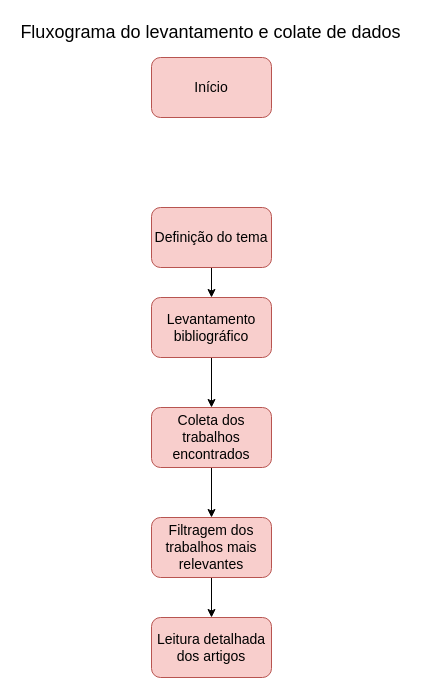
carolalvernaz/ti3 keeps this draw.io diagram as metodologia.drawio. Above is the earlier version. Source tidied: cells renumbered, new cells numbered last; positions are measured from the earlier drawing's top-left corner, leaving out a move shared by most shapes. Both pictures are drawn from the tidied source at 100%, with x=0, y=0 at pixel (17, 17).
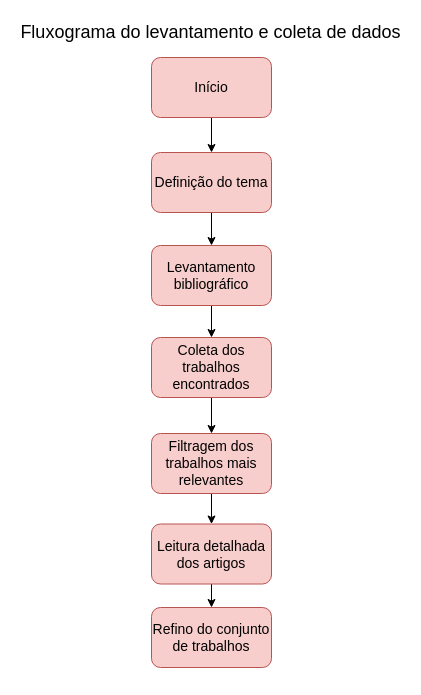
Above is the later version.

Diff of the diagram source:
```diff
@@
 <mxGraphModel>
   <root>
     <mxCell id="0" />
     <mxCell id="1" parent="0" />
     <mxCell id="2" style="edgeStyle=orthogonalEdgeStyle;rounded=0;jettySize=auto;html=1;" parent="1" edge="1" source="3" target="5">
       <mxGeometry relative="1" as="geometry" />
     </mxCell>
     <mxCell id="3" value="&lt;font style=&quot;font-size: 14px;&quot;&gt;Levantamento bibliográfico&lt;/font&gt;" style="rounded=1;whiteSpace=wrap;html=1;fillColor=#f8cecc;strokeColor=#b85450;" parent="1" vertex="1">
-      <mxGeometry x="134" y="280" width="120" height="60" as="geometry" />
+      <mxGeometry x="134" y="228" width="120" height="60" as="geometry" />
     </mxCell>
     <mxCell id="4" style="edgeStyle=orthogonalEdgeStyle;rounded=0;jettySize=auto;html=1;" parent="1" edge="1" source="5" target="7">
       <mxGeometry relative="1" as="geometry" />
     </mxCell>
     <mxCell id="5" value="&lt;font style=&quot;font-size: 14px;&quot;&gt;Coleta dos trabalhos encontrados&lt;/font&gt;" style="rounded=1;whiteSpace=wrap;html=1;fillColor=#f8cecc;strokeColor=#b85450;" parent="1" vertex="1">
-      <mxGeometry x="134" y="390" width="120" height="60" as="geometry" />
+      <mxGeometry x="134" y="320" width="120" height="60" as="geometry" />
     </mxCell>
     <mxCell id="6" style="edgeStyle=orthogonalEdgeStyle;rounded=0;jettySize=auto;html=1;" parent="1" edge="1" source="7" target="8">
       <mxGeometry relative="1" as="geometry" />
     </mxCell>
     <mxCell id="7" value="&lt;font style=&quot;font-size: 14px;&quot;&gt;Filtragem dos trabalhos mais relevantes&lt;/font&gt;" style="rounded=1;whiteSpace=wrap;html=1;fillColor=#f8cecc;strokeColor=#b85450;" parent="1" vertex="1">
-      <mxGeometry x="134" y="500" width="120" height="60" as="geometry" />
+      <mxGeometry x="134" y="416" width="120" height="60" as="geometry" />
     </mxCell>
+    <mxCell id="13" style="edgeStyle=orthogonalEdgeStyle;rounded=0;jettySize=auto;html=1;" parent="1" edge="1" source="8" target="15">
+      <mxGeometry relative="1" as="geometry" />
+    </mxCell>
     <mxCell id="8" value="&lt;span style=&quot;font-size: 14px;&quot;&gt;Leitura detalhada dos artigos&lt;/span&gt;" style="rounded=1;whiteSpace=wrap;html=1;fillColor=#f8cecc;strokeColor=#b85450;" parent="1" vertex="1">
-      <mxGeometry x="134" y="600" width="120" height="60" as="geometry" />
+      <mxGeometry x="134" y="506.5" width="120" height="60" as="geometry" />
     </mxCell>
-    <mxCell id="9" value="&lt;font style=&quot;font-size: 18px;&quot;&gt;Fluxograma do levantamento e colate de dados&lt;/font&gt;" style="text;html=1;align=center;verticalAlign=middle;whiteSpace=wrap;rounded=0;" parent="1" vertex="1">
+    <mxCell id="9" value="&lt;font style=&quot;font-size: 18px;&quot;&gt;Fluxograma do levantamento e coleta de dados&lt;/font&gt;" style="text;html=1;align=center;verticalAlign=middle;whiteSpace=wrap;rounded=0;" parent="1" vertex="1">
       <mxGeometry width="387" height="30" as="geometry" />
     </mxCell>
     <mxCell id="10" style="edgeStyle=orthogonalEdgeStyle;rounded=0;jettySize=auto;html=1;" parent="1" edge="1" source="11" target="3">
       <mxGeometry relative="1" as="geometry" />
     </mxCell>
     <mxCell id="11" value="&lt;font style=&quot;font-size: 14px;&quot;&gt;Definição do tema&lt;/font&gt;" style="rounded=1;whiteSpace=wrap;html=1;fillColor=#f8cecc;strokeColor=#b85450;" parent="1" vertex="1">
-      <mxGeometry x="134" y="190" width="120" height="60" as="geometry" />
+      <mxGeometry x="134" y="135" width="120" height="60" as="geometry" />
     </mxCell>
+    <mxCell id="14" style="edgeStyle=orthogonalEdgeStyle;rounded=0;jettySize=auto;html=1;" parent="1" edge="1" source="12" target="11">
+      <mxGeometry relative="1" as="geometry" />
+    </mxCell>
     <mxCell id="12" value="&lt;font style=&quot;font-size: 14px;&quot;&gt;Início&lt;/font&gt;" style="rounded=1;whiteSpace=wrap;html=1;fillColor=#f8cecc;strokeColor=#b85450;" parent="1" vertex="1">
       <mxGeometry x="134" y="40" width="120" height="60" as="geometry" />
     </mxCell>
+    <mxCell id="15" value="&lt;span style=&quot;font-size: 14px;&quot;&gt;Refino do conjunto de trabalhos&lt;/span&gt;" style="rounded=1;whiteSpace=wrap;html=1;fillColor=#f8cecc;strokeColor=#b85450;" parent="1" vertex="1">
+      <mxGeometry x="134" y="590" width="120" height="60" as="geometry" />
+    </mxCell>
   </root>
 </mxGraphModel>
```
